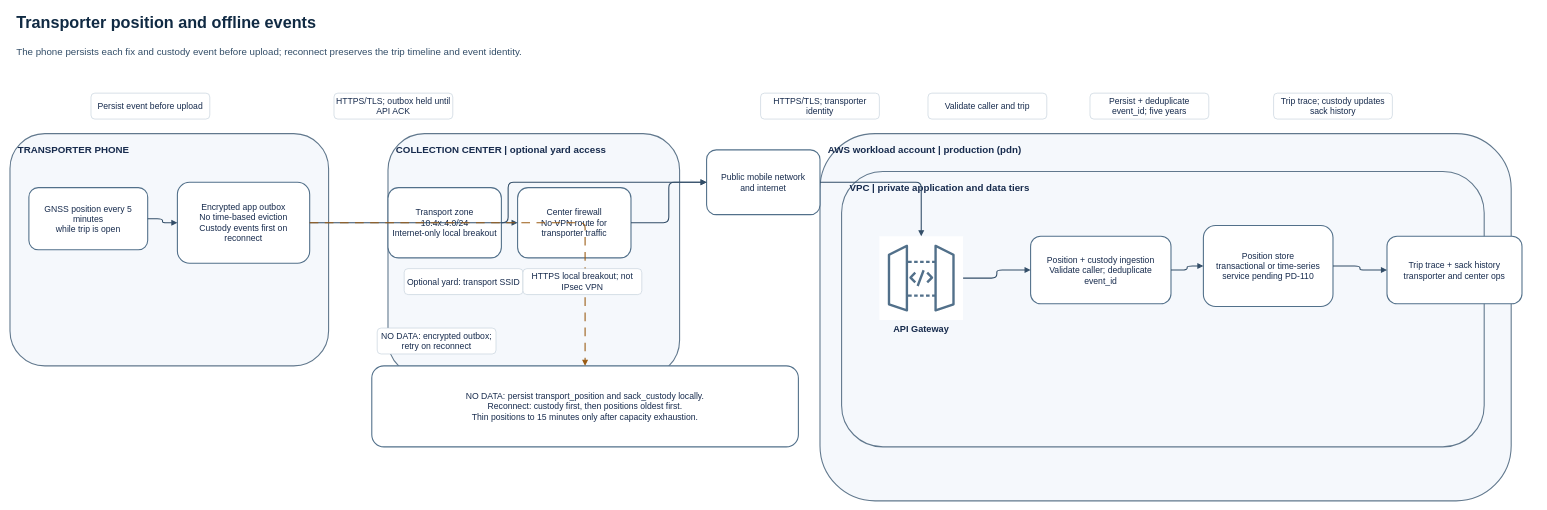
aroma-pacifico/aroma-pacifico-diagrams keeps this draw.io diagram as data-paths/transporter-position.drawio. Above is the earlier version. Source tidied: cells renumbered, new cells numbered last; positions are measured from the earlier drawing's top-left corner, leaving out a move shared by most shapes. Both pictures are drawn from the tidied source at 54%, with x=0, y=0 at pixel (10, 9).
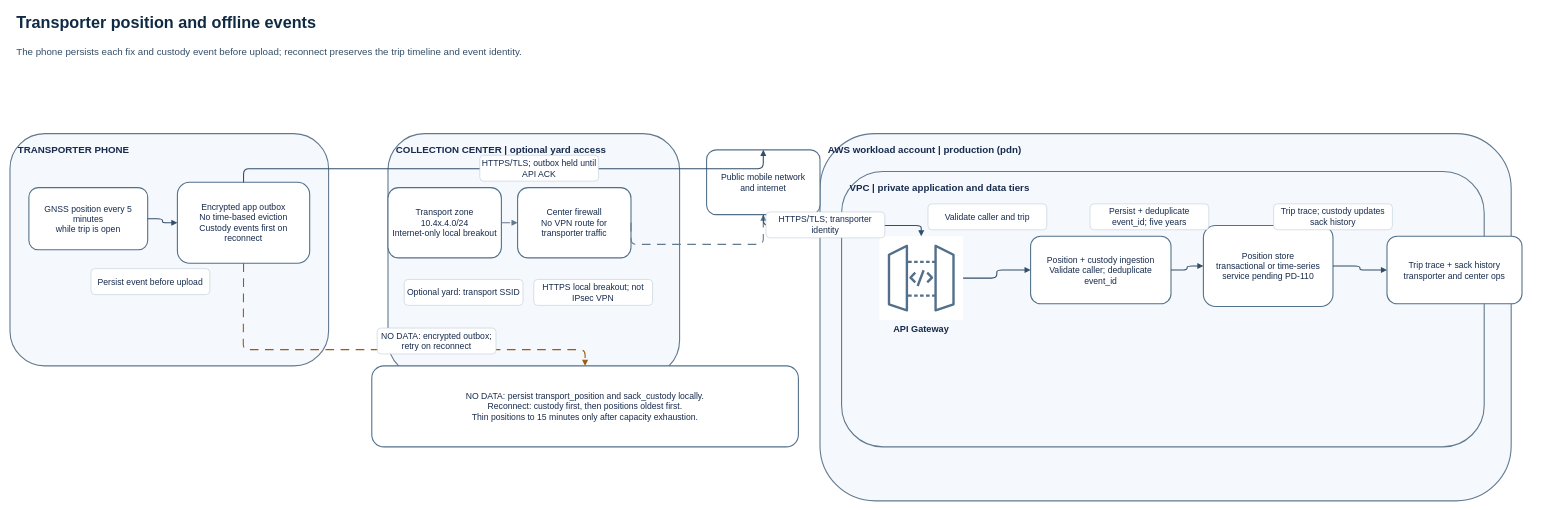
The same diagram, later.

Commit message (it also covers changes not shown here):
docs(architecture): clarify transporter mobile and yard paths

Refs aroma-pacifico/aroma-pacifico-roadmap#13

Unchanged cells that the change refers to:
```xml
<mxCell id="8" value="GNSS position every 5 minutes&#10;while trip is open" style="rounded=1;whiteSpace=wrap;html=1;fillColor=#ffffff;strokeColor=#52708a;strokeWidth=2;fontColor=#172b4d;fontSize=16;align=center;verticalAlign=middle;spacing=8;" parent="1" vertex="1">
  <mxGeometry x="35" y="330" width="220" height="115" as="geometry" />
</mxCell>
<mxCell id="9" value="Encrypted app outbox&#10;No time-based eviction&#10;Custody events first on reconnect" style="rounded=1;whiteSpace=wrap;html=1;fillColor=#ffffff;strokeColor=#52708a;strokeWidth=2;fontColor=#172b4d;fontSize=16;align=center;verticalAlign=middle;spacing=8;" parent="1" vertex="1">
  <mxGeometry x="310" y="320" width="245" height="150" as="geometry" />
</mxCell>
<mxCell id="10" value="Transport zone 10.4x.4.0/24&#10;Internet-only local breakout" style="rounded=1;whiteSpace=wrap;html=1;fillColor=#ffffff;strokeColor=#52708a;strokeWidth=2;fontColor=#172b4d;fontSize=16;align=center;verticalAlign=middle;spacing=8;" parent="1" vertex="1">
  <mxGeometry x="700" y="330" width="210" height="130" as="geometry" />
</mxCell>
<mxCell id="11" value="Center firewall&#10;No VPN route for transporter traffic" style="rounded=1;whiteSpace=wrap;html=1;fillColor=#ffffff;strokeColor=#52708a;strokeWidth=2;fontColor=#172b4d;fontSize=16;align=center;verticalAlign=middle;spacing=8;" parent="1" vertex="1">
  <mxGeometry x="940" y="330" width="210" height="130" as="geometry" />
</mxCell>
<mxCell id="12" value="Public mobile network&#10;and internet" style="rounded=1;whiteSpace=wrap;html=1;fillColor=#ffffff;strokeColor=#52708a;strokeWidth=2;fontColor=#172b4d;fontSize=16;align=center;verticalAlign=middle;spacing=8;" parent="1" vertex="1">
  <mxGeometry x="1290" y="260" width="210" height="120" as="geometry" />
</mxCell>
<mxCell id="13" value="API Gateway" style="shape=mxgraph.aws4.resourceIcon;resIcon=mxgraph.aws4.api_gateway;verticalLabelPosition=bottom;verticalAlign=top;align=center;html=1;whiteSpace=wrap;fillColor=#ffffff;strokeColor=#52708a;fontColor=#172b4d;fontSize=17;fontStyle=1;" parent="1" vertex="1">
  <mxGeometry x="1610" y="420" width="155" height="155" as="geometry" />
</mxCell>
<mxCell id="14" value="Position + custody ingestion&#10;Validate caller; deduplicate event_id" style="rounded=1;whiteSpace=wrap;html=1;fillColor=#ffffff;strokeColor=#52708a;strokeWidth=2;fontColor=#172b4d;fontSize=16;align=center;verticalAlign=middle;spacing=8;" parent="1" vertex="1">
  <mxGeometry x="1890" y="420" width="260" height="125" as="geometry" />
</mxCell>
<mxCell id="15" value="Position store&#10;transactional or time-series&#10;service pending PD-110" style="rounded=1;whiteSpace=wrap;html=1;fillColor=#ffffff;strokeColor=#52708a;strokeWidth=2;fontColor=#172b4d;fontSize=16;align=center;verticalAlign=middle;spacing=8;" parent="1" vertex="1">
  <mxGeometry x="2210" y="400" width="240" height="150" as="geometry" />
</mxCell>
<mxCell id="16" value="Trip trace + sack history&#10;transporter and center ops" style="rounded=1;whiteSpace=wrap;html=1;fillColor=#ffffff;strokeColor=#52708a;strokeWidth=2;fontColor=#172b4d;fontSize=16;align=center;verticalAlign=middle;spacing=8;" parent="1" vertex="1">
  <mxGeometry x="2550" y="420" width="250" height="125" as="geometry" />
</mxCell>
<mxCell id="17" value="NO DATA: persist transport_position and sack_custody locally.&#10;Reconnect: custody first, then positions oldest first.&#10;Thin positions to 15 minutes only after capacity exhaustion." style="rounded=1;whiteSpace=wrap;html=1;fillColor=#ffffff;strokeColor=#52708a;strokeWidth=2;fontColor=#172b4d;fontSize=16;align=center;verticalAlign=middle;spacing=8;" parent="1" vertex="1">
  <mxGeometry x="670" y="660" width="790" height="150" as="geometry" />
</mxCell>
```

Diff of the diagram source:
```diff
@@
-    <mxCell id="18" style="edgeStyle=orthogonalEdgeStyle;rounded=1;jettySize=auto;html=1;strokeColor=#334e68;strokeWidth=2;endArrow=block;endFill=1;fontColor=#172b4d;fontSize=16;whiteSpace=wrap;" parent="1" edge="1" source="8" target="9">
+    <mxCell id="18" style="edgeStyle=orthogonalEdgeStyle;rounded=1;jettySize=auto;html=1;strokeColor=#334e68;strokeWidth=2;endArrow=block;endFill=1;fontColor=#172b4d;fontSize=16;whiteSpace=wrap;exitX=1;exitY=0.5;exitPerimeter=1;entryX=0;entryY=0.5;entryPerimeter=1;" parent="1" edge="1" source="8" target="9">
       <mxGeometry x="0.5" y="-0.7" relative="1" as="geometry" />
     </mxCell>
-    <mxCell id="19" style="edgeStyle=orthogonalEdgeStyle;rounded=1;jettySize=auto;html=1;strokeColor=#334e68;strokeWidth=2;endArrow=block;endFill=1;fontColor=#172b4d;fontSize=16;whiteSpace=wrap;" parent="1" edge="1" source="9" target="12">
-      <mxGeometry x="0.5" y="-0.7" relative="1" as="geometry" />
+    <mxCell id="19" style="edgeStyle=orthogonalEdgeStyle;rounded=1;jettySize=auto;html=1;strokeColor=#334e68;strokeWidth=2;endArrow=block;endFill=1;fontColor=#172b4d;fontSize=16;whiteSpace=wrap;exitX=0.5;exitY=0;exitPerimeter=1;entryX=0.5;entryY=0;entryPerimeter=1;" parent="1" edge="1" source="9" target="12">
+      <mxGeometry x="0.5" y="-0.7" relative="1" as="geometry">
+        <Array as="points">
+          <mxPoint x="432" y="295" />
+          <mxPoint x="1395" y="295" />
+        </Array>
+      </mxGeometry>
     </mxCell>
-    <mxCell id="20" style="edgeStyle=orthogonalEdgeStyle;rounded=1;jettySize=auto;html=1;strokeColor=#334e68;strokeWidth=2;endArrow=block;endFill=1;fontColor=#172b4d;fontSize=16;whiteSpace=wrap;" parent="1" edge="1" source="10" target="11">
+    <mxCell id="20" style="edgeStyle=orthogonalEdgeStyle;rounded=1;jettySize=auto;html=1;strokeColor=#334e68;strokeWidth=2;endArrow=block;endFill=1;fontColor=#172b4d;fontSize=16;whiteSpace=wrap;dashed=1;dashPattern=8 6;strokeColor=#61788d;" parent="1" edge="1" source="10" target="11">
       <mxGeometry x="0.5" y="-0.7" relative="1" as="geometry" />
     </mxCell>
-    <mxCell id="21" style="edgeStyle=orthogonalEdgeStyle;rounded=1;jettySize=auto;html=1;strokeColor=#334e68;strokeWidth=2;endArrow=block;endFill=1;fontColor=#172b4d;fontSize=16;whiteSpace=wrap;" parent="1" edge="1" source="11" target="12">
-      <mxGeometry x="0.5" y="-0.7" relative="1" as="geometry" />
+    <mxCell id="21" style="edgeStyle=orthogonalEdgeStyle;rounded=1;jettySize=auto;html=1;strokeColor=#334e68;strokeWidth=2;endArrow=block;endFill=1;fontColor=#172b4d;fontSize=16;whiteSpace=wrap;dashed=1;dashPattern=8 6;strokeColor=#61788d;exitX=1;exitY=0.5;exitPerimeter=1;entryX=0.5;entryY=1;entryPerimeter=1;" parent="1" edge="1" source="11" target="12">
+      <mxGeometry x="0.5" y="-0.7" relative="1" as="geometry">
+        <Array as="points">
+          <mxPoint x="1150" y="435" />
+          <mxPoint x="1395" y="435" />
+        </Array>
+      </mxGeometry>
     </mxCell>
-    <mxCell id="22" style="edgeStyle=orthogonalEdgeStyle;rounded=1;jettySize=auto;html=1;strokeColor=#334e68;strokeWidth=2;endArrow=block;endFill=1;fontColor=#172b4d;fontSize=16;whiteSpace=wrap;" parent="1" edge="1" source="12" target="13">
-      <mxGeometry x="0.5" y="-0.7" relative="1" as="geometry" />
+    <mxCell id="22" style="edgeStyle=orthogonalEdgeStyle;rounded=1;jettySize=auto;html=1;strokeColor=#334e68;strokeWidth=2;endArrow=block;endFill=1;fontColor=#172b4d;fontSize=16;whiteSpace=wrap;exitX=0.5;exitY=1;exitPerimeter=1;entryX=0.5;entryY=0;entryPerimeter=1;" parent="1" edge="1" source="12" target="13">
+      <mxGeometry x="0.5" y="-0.7" relative="1" as="geometry">
+        <Array as="points">
+          <mxPoint x="1395" y="400" />
+          <mxPoint x="1687" y="400" />
+        </Array>
+      </mxGeometry>
     </mxCell>
-    <mxCell id="23" style="edgeStyle=orthogonalEdgeStyle;rounded=1;jettySize=auto;html=1;strokeColor=#334e68;strokeWidth=2;endArrow=block;endFill=1;fontColor=#172b4d;fontSize=16;whiteSpace=wrap;" parent="1" edge="1" source="13" target="14">
+    <mxCell id="23" style="edgeStyle=orthogonalEdgeStyle;rounded=1;jettySize=auto;html=1;strokeColor=#334e68;strokeWidth=2;endArrow=block;endFill=1;fontColor=#172b4d;fontSize=16;whiteSpace=wrap;exitX=1;exitY=0.5;exitPerimeter=1;entryX=0;entryY=0.5;entryPerimeter=1;" parent="1" edge="1" source="13" target="14">
       <mxGeometry x="0.5" y="-0.7" relative="1" as="geometry" />
     </mxCell>
-    <mxCell id="24" style="edgeStyle=orthogonalEdgeStyle;rounded=1;jettySize=auto;html=1;strokeColor=#334e68;strokeWidth=2;endArrow=block;endFill=1;fontColor=#172b4d;fontSize=16;whiteSpace=wrap;" parent="1" edge="1" source="14" target="15">
+    <mxCell id="24" style="edgeStyle=orthogonalEdgeStyle;rounded=1;jettySize=auto;html=1;strokeColor=#334e68;strokeWidth=2;endArrow=block;endFill=1;fontColor=#172b4d;fontSize=16;whiteSpace=wrap;exitX=1;exitY=0.5;exitPerimeter=1;entryX=0;entryY=0.5;entryPerimeter=1;" parent="1" edge="1" source="14" target="15">
       <mxGeometry x="0.5" y="-0.7" relative="1" as="geometry" />
     </mxCell>
-    <mxCell id="25" style="edgeStyle=orthogonalEdgeStyle;rounded=1;jettySize=auto;html=1;strokeColor=#334e68;strokeWidth=2;endArrow=block;endFill=1;fontColor=#172b4d;fontSize=16;whiteSpace=wrap;" parent="1" edge="1" source="15" target="16">
+    <mxCell id="25" style="edgeStyle=orthogonalEdgeStyle;rounded=1;jettySize=auto;html=1;strokeColor=#334e68;strokeWidth=2;endArrow=block;endFill=1;fontColor=#172b4d;fontSize=16;whiteSpace=wrap;exitX=1;exitY=0.5;exitPerimeter=1;entryX=0;entryY=0.5;entryPerimeter=1;" parent="1" edge="1" source="15" target="16">
       <mxGeometry x="0.5" y="-0.7" relative="1" as="geometry" />
     </mxCell>
-    <mxCell id="26" style="edgeStyle=orthogonalEdgeStyle;rounded=1;jettySize=auto;html=1;strokeColor=#334e68;strokeWidth=2;endArrow=block;endFill=1;fontColor=#172b4d;fontSize=16;dashed=1;dashPattern=8 6;strokeColor=#9a5b13;whiteSpace=wrap;" parent="1" edge="1" source="9" target="17">
-      <mxGeometry x="0.5" y="-0.7" relative="1" as="geometry" />
+    <mxCell id="26" style="edgeStyle=orthogonalEdgeStyle;rounded=1;jettySize=auto;html=1;strokeColor=#334e68;strokeWidth=2;endArrow=block;endFill=1;fontColor=#172b4d;fontSize=16;dashed=1;dashPattern=8 6;strokeColor=#9a5b13;whiteSpace=wrap;exitX=0.5;exitY=1;exitPerimeter=1;entryX=0.5;entryY=0;entryPerimeter=1;" parent="1" edge="1" source="9" target="17">
+      <mxGeometry x="0.5" y="-0.7" relative="1" as="geometry">
+        <Array as="points">
+          <mxPoint x="432" y="500" />
+          <mxPoint x="432" y="630" />
+          <mxPoint x="1065" y="630" />
+        </Array>
+      </mxGeometry>
     </mxCell>
     <mxCell id="27" value="Persist event before upload" style="rounded=1;whiteSpace=wrap;html=1;fillColor=#ffffff;strokeColor=#b8c7d5;strokeWidth=1;fontColor=#172b4d;fontSize=16;align=center;verticalAlign=middle;spacing=4;" parent="1" vertex="1">
-      <mxGeometry x="150" y="155" width="220" height="48" as="geometry" />
+      <mxGeometry x="150" y="480" width="220" height="48" as="geometry" />
     </mxCell>
     <mxCell id="28" value="HTTPS/TLS; outbox held until API ACK" style="rounded=1;whiteSpace=wrap;html=1;fillColor=#ffffff;strokeColor=#b8c7d5;strokeWidth=1;fontColor=#172b4d;fontSize=16;align=center;verticalAlign=middle;spacing=4;" parent="1" vertex="1">
-      <mxGeometry x="600" y="155" width="220" height="48" as="geometry" />
+      <mxGeometry x="870" y="270" width="220" height="48" as="geometry" />
     </mxCell>
     <mxCell id="29" value="Optional yard: transport SSID" style="rounded=1;whiteSpace=wrap;html=1;fillColor=#ffffff;strokeColor=#b8c7d5;strokeWidth=1;fontColor=#172b4d;fontSize=16;align=center;verticalAlign=middle;spacing=4;" parent="1" vertex="1">
-      <mxGeometry x="730" y="480" width="220" height="48" as="geometry" />
+      <mxGeometry x="730" y="500" width="220" height="48" as="geometry" />
     </mxCell>
     <mxCell id="30" value="HTTPS local breakout; not IPsec VPN" style="rounded=1;whiteSpace=wrap;html=1;fillColor=#ffffff;strokeColor=#b8c7d5;strokeWidth=1;fontColor=#172b4d;fontSize=16;align=center;verticalAlign=middle;spacing=4;" parent="1" vertex="1">
-      <mxGeometry x="950" y="480" width="220" height="48" as="geometry" />
+      <mxGeometry x="970" y="500" width="220" height="48" as="geometry" />
     </mxCell>
     <mxCell id="31" value="HTTPS/TLS; transporter identity" style="rounded=1;whiteSpace=wrap;html=1;fillColor=#ffffff;strokeColor=#b8c7d5;strokeWidth=1;fontColor=#172b4d;fontSize=16;align=center;verticalAlign=middle;spacing=4;" parent="1" vertex="1">
-      <mxGeometry x="1390" y="155" width="220" height="48" as="geometry" />
+      <mxGeometry x="1400" y="375" width="220" height="48" as="geometry" />
     </mxCell>
     <mxCell id="32" value="Validate caller and trip" style="rounded=1;whiteSpace=wrap;html=1;fillColor=#ffffff;strokeColor=#b8c7d5;strokeWidth=1;fontColor=#172b4d;fontSize=16;align=center;verticalAlign=middle;spacing=4;" parent="1" vertex="1">
-      <mxGeometry x="1700" y="155" width="220" height="48" as="geometry" />
+      <mxGeometry x="1700" y="360" width="220" height="48" as="geometry" />
     </mxCell>
     <mxCell id="33" value="Persist + deduplicate event_id; five years" style="rounded=1;whiteSpace=wrap;html=1;fillColor=#ffffff;strokeColor=#b8c7d5;strokeWidth=1;fontColor=#172b4d;fontSize=16;align=center;verticalAlign=middle;spacing=4;" parent="1" vertex="1">
-      <mxGeometry x="2000" y="155" width="220" height="48" as="geometry" />
+      <mxGeometry x="2000" y="360" width="220" height="48" as="geometry" />
     </mxCell>
     <mxCell id="34" value="Trip trace; custody updates sack history" style="rounded=1;whiteSpace=wrap;html=1;fillColor=#ffffff;strokeColor=#b8c7d5;strokeWidth=1;fontColor=#172b4d;fontSize=16;align=center;verticalAlign=middle;spacing=4;" parent="1" vertex="1">
-      <mxGeometry x="2340" y="155" width="220" height="48" as="geometry" />
+      <mxGeometry x="2340" y="360" width="220" height="48" as="geometry" />
     </mxCell>
```
